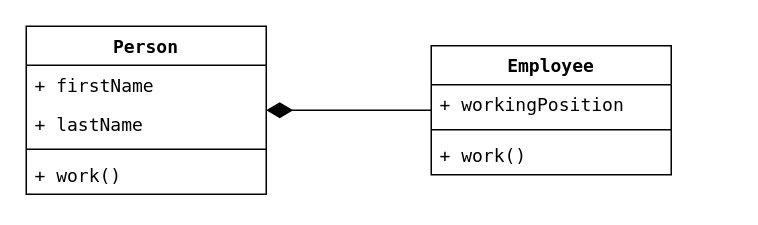
mrOranger/DesignPatterns keeps this draw.io diagram as page "Introduzione-2" (2 of 26) of Assets/Diagrams/UML.drawio. Above is the earlier version. Source tidied: cells renumbered, new cells numbered last; positions are measured from the earlier drawing's top-left corner, leaving out a move shared by most shapes. Both pictures are drawn from the tidied source at 150%, with x=0, y=0 at pixel (26, 26).
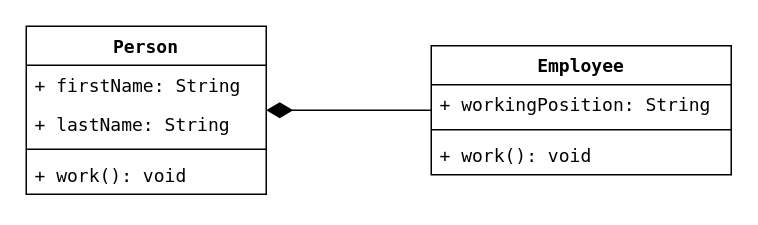
The same page after the edit.

Diff of the diagram source:
```diff
@@
 <mxGraphModel>
   <root>
     <mxCell id="0" />
     <mxCell id="1" parent="0" />
     <mxCell id="2" value="Person" style="swimlane;fontStyle=1;align=center;verticalAlign=top;horizontal=1;startSize=26;whiteSpace=wrap;html=1;fontFamily=Menlo;" parent="1" vertex="1">
       <mxGeometry width="160" height="112" as="geometry" />
     </mxCell>
-    <mxCell id="3" value="+ firstName" style="text;strokeColor=none;fillColor=none;align=left;verticalAlign=top;spacingLeft=4;spacingRight=4;overflow=hidden;whiteSpace=wrap;html=1;fontFamily=Menlo;" parent="2" vertex="1">
+    <mxCell id="3" value="+ firstName: String" style="text;strokeColor=none;fillColor=none;align=left;verticalAlign=top;spacingLeft=4;spacingRight=4;overflow=hidden;whiteSpace=wrap;html=1;fontFamily=Menlo;" parent="2" vertex="1">
       <mxGeometry y="26" width="160" height="26" as="geometry" />
     </mxCell>
-    <mxCell id="4" value="+ lastName" style="text;strokeColor=none;fillColor=none;align=left;verticalAlign=top;spacingLeft=4;spacingRight=4;overflow=hidden;whiteSpace=wrap;html=1;fontFamily=Menlo;" parent="2" vertex="1">
+    <mxCell id="4" value="+ lastName: String" style="text;strokeColor=none;fillColor=none;align=left;verticalAlign=top;spacingLeft=4;spacingRight=4;overflow=hidden;whiteSpace=wrap;html=1;fontFamily=Menlo;" parent="2" vertex="1">
       <mxGeometry y="52" width="160" height="26" as="geometry" />
     </mxCell>
     <mxCell id="5" style="line;strokeWidth=1;fillColor=none;align=left;verticalAlign=middle;spacingTop=-1;spacingLeft=3;spacingRight=3;labelPosition=right;strokeColor=inherit;fontFamily=Menlo;" parent="2" vertex="1">
       <mxGeometry y="78" width="160" height="8" as="geometry" />
     </mxCell>
-    <mxCell id="6" value="+ work()" style="text;strokeColor=none;fillColor=none;align=left;verticalAlign=top;spacingLeft=4;spacingRight=4;overflow=hidden;whiteSpace=wrap;html=1;fontFamily=Menlo;" parent="2" vertex="1">
+    <mxCell id="6" value="+ work(): void" style="text;strokeColor=none;fillColor=none;align=left;verticalAlign=top;spacingLeft=4;spacingRight=4;overflow=hidden;whiteSpace=wrap;html=1;fontFamily=Menlo;" parent="2" vertex="1">
       <mxGeometry y="86" width="160" height="26" as="geometry" />
     </mxCell>
     <mxCell id="7" style="edgeStyle=orthogonalEdgeStyle;rounded=0;jettySize=auto;html=1;endArrow=diamondThin;endFill=1;endSize=15;startSize=15;fontFamily=Menlo;" parent="1" edge="1" source="8" target="2">
       <mxGeometry relative="1" as="geometry" />
     </mxCell>
     <mxCell id="8" value="Employee" style="swimlane;fontStyle=1;align=center;verticalAlign=top;horizontal=1;startSize=26;whiteSpace=wrap;html=1;fontFamily=Menlo;" parent="1" vertex="1">
-      <mxGeometry x="270" y="13" width="160" height="86" as="geometry" />
+      <mxGeometry x="270" y="13" width="200" height="86" as="geometry" />
     </mxCell>
-    <mxCell id="9" value="+ workingPosition" style="text;strokeColor=none;fillColor=none;align=left;verticalAlign=top;spacingLeft=4;spacingRight=4;overflow=hidden;whiteSpace=wrap;html=1;fontFamily=Menlo;" parent="8" vertex="1">
-      <mxGeometry y="26" width="160" height="26" as="geometry" />
+    <mxCell id="9" value="+ workingPosition: String" style="text;strokeColor=none;fillColor=none;align=left;verticalAlign=top;spacingLeft=4;spacingRight=4;overflow=hidden;whiteSpace=wrap;html=1;fontFamily=Menlo;" parent="8" vertex="1">
+      <mxGeometry y="26" width="200" height="26" as="geometry" />
     </mxCell>
     <mxCell id="10" style="line;strokeWidth=1;fillColor=none;align=left;verticalAlign=middle;spacingTop=-1;spacingLeft=3;spacingRight=3;labelPosition=right;strokeColor=inherit;fontFamily=Menlo;" parent="8" vertex="1">
-      <mxGeometry y="52" width="160" height="8" as="geometry" />
+      <mxGeometry y="52" width="200" height="8" as="geometry" />
     </mxCell>
-    <mxCell id="11" value="+ work()" style="text;strokeColor=none;fillColor=none;align=left;verticalAlign=top;spacingLeft=4;spacingRight=4;overflow=hidden;whiteSpace=wrap;html=1;fontFamily=Menlo;" parent="8" vertex="1">
-      <mxGeometry y="60" width="160" height="26" as="geometry" />
+    <mxCell id="11" value="+ work(): void" style="text;strokeColor=none;fillColor=none;align=left;verticalAlign=top;spacingLeft=4;spacingRight=4;overflow=hidden;whiteSpace=wrap;html=1;fontFamily=Menlo;" parent="8" vertex="1">
+      <mxGeometry y="60" width="200" height="26" as="geometry" />
     </mxCell>
   </root>
 </mxGraphModel>
```
